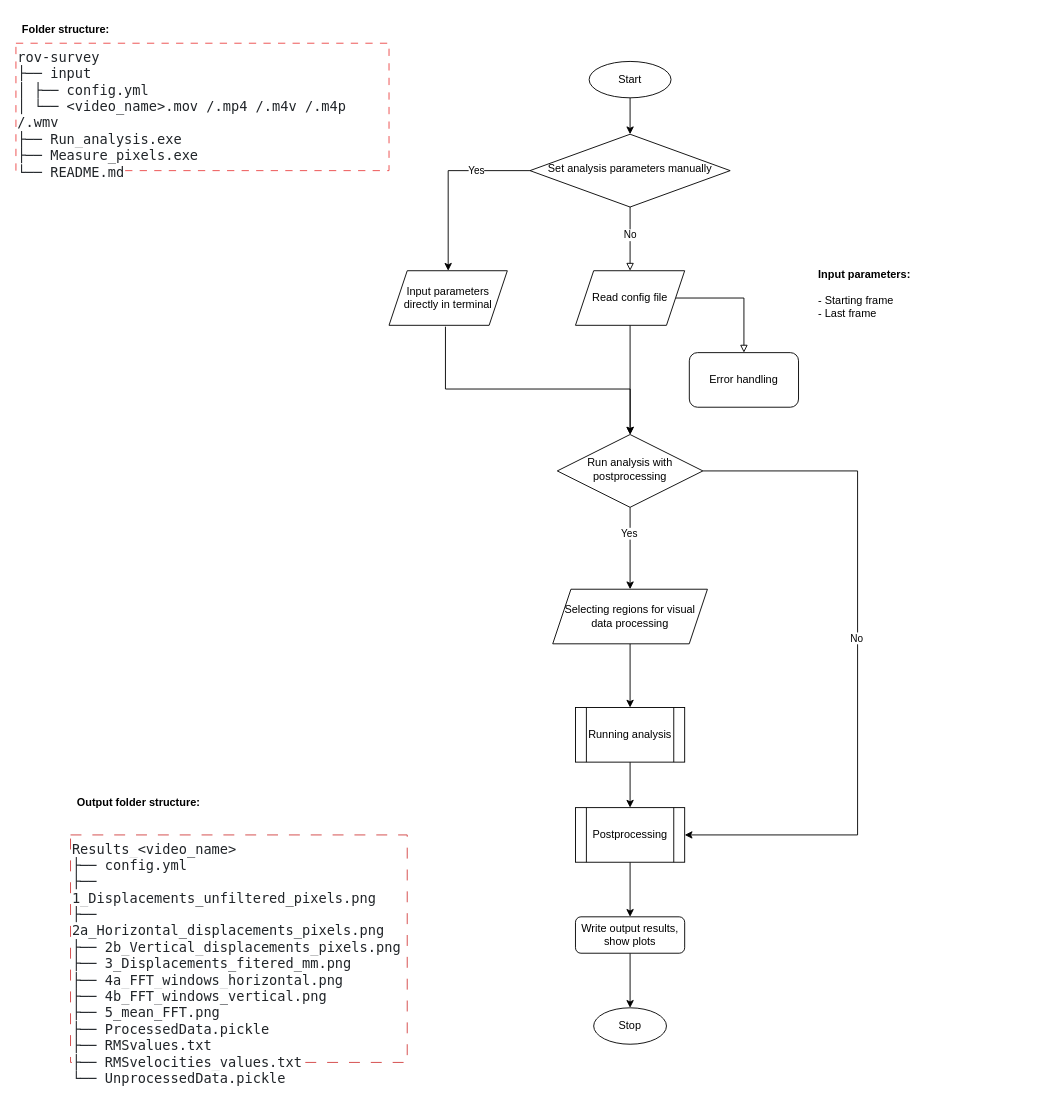
przesmak/flowchart keeps this draw.io diagram as ROV_tool.drawio. Above is the earlier version. Source tidied: cells renumbered, new cells numbered last; positions are measured from the earlier drawing's top-left corner, leaving out a move shared by most shapes. Both pictures are drawn from the tidied source at 91%, with x=0, y=0 at pixel (15, 15).
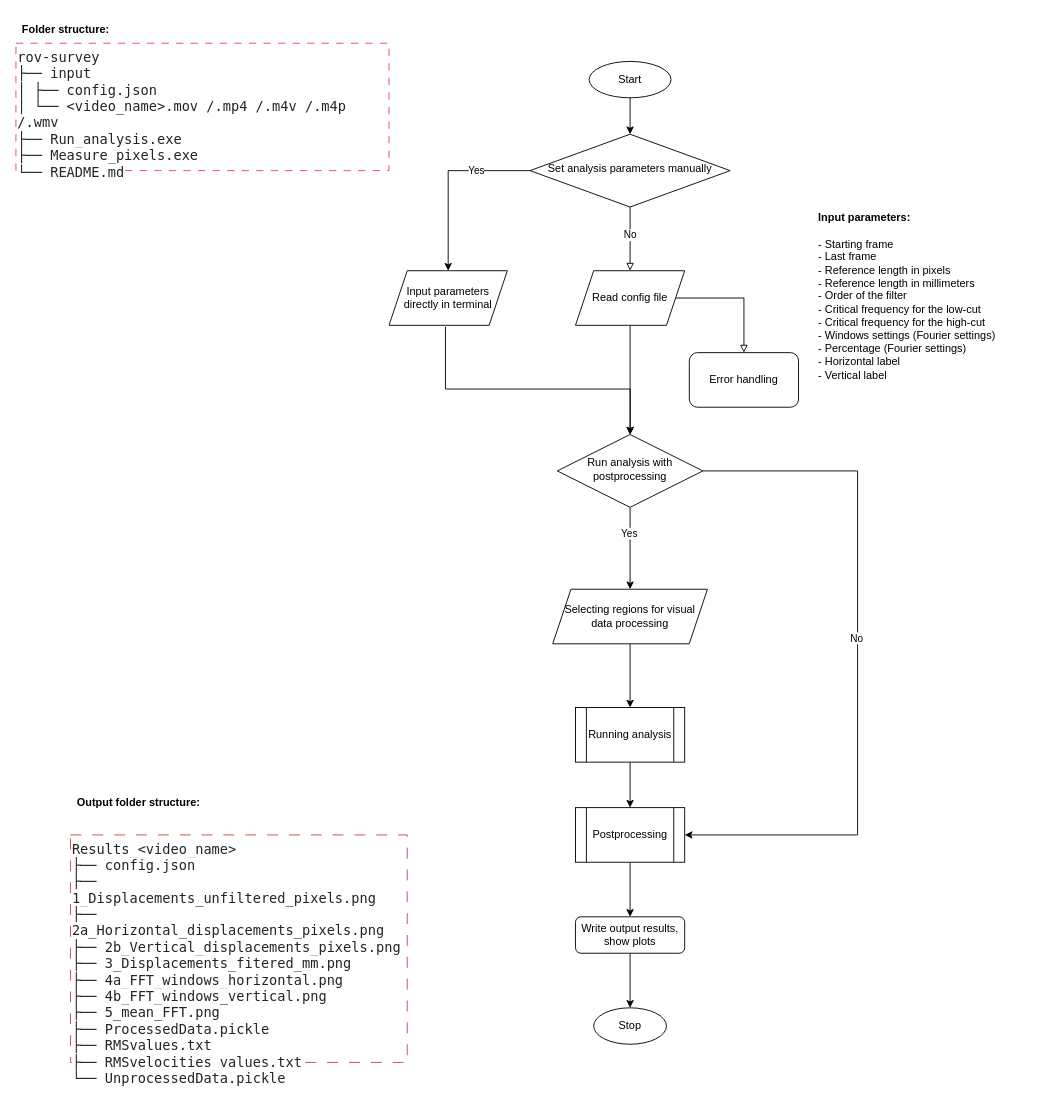
After the change.

Commit message:
input params

Change to the diagram source:
```diff
@@
-    <mxCell id="29" value="&lt;span style=&quot;color: rgb(33, 37, 41); font-family: &amp;quot;Fira code&amp;quot;, &amp;quot;Fira Mono&amp;quot;, source-code-pro, Menlo, Monaco, Consolas, &amp;quot;Courier New&amp;quot;, monospace; font-size: 15px; font-style: normal; font-variant-ligatures: normal; font-variant-caps: normal; font-weight: 400; letter-spacing: normal; orphans: 2; text-align: left; text-indent: 0px; text-transform: none; widows: 2; word-spacing: 0px; -webkit-text-stroke-width: 0px; background-color: rgb(255, 255, 255); text-decoration-thickness: initial; text-decoration-style: initial; text-decoration-color: initial; float: none; display: inline !important;&quot;&gt;rov-survey&lt;br&gt;├── input &lt;br&gt;│   ├── config.yml&lt;br&gt;│   └── &amp;lt;video_name&amp;gt;.mov /.mp4 /.m4v /.m4p /.wmv&lt;br&gt;├── Run_analysis.exe&lt;br&gt;├── Measure_pixels.exe&lt;br&gt;└── README.md&lt;/span&gt;" style="text;whiteSpace=wrap;html=1;fillColor=none;strokeColor=#ec4646;dashed=1;dashPattern=8 8;" parent="1" vertex="1">
+    <mxCell id="29" value="&lt;span style=&quot;color: rgb(33, 37, 41); font-family: &amp;quot;Fira code&amp;quot;, &amp;quot;Fira Mono&amp;quot;, source-code-pro, Menlo, Monaco, Consolas, &amp;quot;Courier New&amp;quot;, monospace; font-size: 15px; font-style: normal; font-variant-ligatures: normal; font-variant-caps: normal; font-weight: 400; letter-spacing: normal; orphans: 2; text-align: left; text-indent: 0px; text-transform: none; widows: 2; word-spacing: 0px; -webkit-text-stroke-width: 0px; background-color: rgb(255, 255, 255); text-decoration-thickness: initial; text-decoration-style: initial; text-decoration-color: initial; float: none; display: inline !important;&quot;&gt;rov-survey&lt;br&gt;├── input &lt;br&gt;│   ├── config.json&lt;br&gt;│   └── &amp;lt;video_name&amp;gt;.mov /.mp4 /.m4v /.m4p /.wmv&lt;br&gt;├── Run_analysis.exe&lt;br&gt;├── Measure_pixels.exe&lt;br&gt;└── README.md&lt;/span&gt;" style="text;whiteSpace=wrap;html=1;fillColor=none;strokeColor=#ec4646;dashed=1;dashPattern=8 8;" parent="1" vertex="1">
       <mxGeometry y="30" width="410" height="140" as="geometry" />
     </mxCell>
-    <mxCell id="30" value="&lt;div style=&quot;&quot;&gt;&lt;span style=&quot;background-color: initial;&quot;&gt;&lt;b&gt;Input parameters:&amp;nbsp;&lt;/b&gt;&lt;/span&gt;&lt;/div&gt;&lt;div style=&quot;&quot;&gt;&lt;span style=&quot;background-color: initial;&quot;&gt;&lt;br&gt;&lt;/span&gt;&lt;/div&gt;&lt;div style=&quot;&quot;&gt;&lt;span style=&quot;background-color: initial;&quot;&gt;- Starting frame&lt;/span&gt;&lt;/div&gt;&lt;div style=&quot;&quot;&gt;&lt;span style=&quot;background-color: initial;&quot;&gt;- Last frame&amp;nbsp;&lt;/span&gt;&lt;/div&gt;" style="text;html=1;strokeColor=none;fillColor=none;align=left;verticalAlign=middle;whiteSpace=wrap;rounded=0;" parent="1" vertex="1">
-      <mxGeometry x="880" y="200" width="235.1" height="210" as="geometry" />
+    <mxCell id="30" value="&lt;div style=&quot;&quot;&gt;&lt;span style=&quot;background-color: initial;&quot;&gt;&lt;b&gt;Input parameters:&amp;nbsp;&lt;/b&gt;&lt;/span&gt;&lt;/div&gt;&lt;div style=&quot;&quot;&gt;&lt;span style=&quot;background-color: initial;&quot;&gt;&lt;br&gt;&lt;/span&gt;&lt;/div&gt;&lt;div style=&quot;&quot;&gt;&lt;span style=&quot;background-color: initial;&quot;&gt;- Starting frame&lt;/span&gt;&lt;/div&gt;&lt;div style=&quot;&quot;&gt;&lt;span style=&quot;background-color: initial;&quot;&gt;- Last frame&lt;/span&gt;&lt;/div&gt;&lt;div style=&quot;&quot;&gt;&lt;span style=&quot;background-color: initial;&quot;&gt;- Reference length in pixels&lt;/span&gt;&lt;/div&gt;&lt;div style=&quot;&quot;&gt;&lt;span style=&quot;background-color: initial;&quot;&gt;- Reference length in millimeters&amp;nbsp;&lt;/span&gt;&lt;/div&gt;&lt;div style=&quot;&quot;&gt;- Order of the filter&lt;/div&gt;&lt;div style=&quot;&quot;&gt;- Critical frequency for the low-cut&lt;/div&gt;&lt;div style=&quot;&quot;&gt;- Critical frequency for the high-cut&lt;/div&gt;&lt;div style=&quot;&quot;&gt;&lt;div style=&quot;border-color: var(--border-color);&quot;&gt;- Windows settings (Fourier settings)&lt;/div&gt;&lt;div style=&quot;border-color: var(--border-color);&quot;&gt;- Percentage (Fourier settings)&lt;/div&gt;&lt;div style=&quot;border-color: var(--border-color);&quot;&gt;- Horizontal label&lt;/div&gt;&lt;div style=&quot;border-color: var(--border-color);&quot;&gt;- Vertical label&lt;/div&gt;&lt;/div&gt;" style="text;html=1;strokeColor=none;fillColor=none;align=left;verticalAlign=middle;whiteSpace=wrap;rounded=0;" parent="1" vertex="1">
+      <mxGeometry x="880" y="203" width="235.1" height="210" as="geometry" />
     </mxCell>
-    <mxCell id="31" value="&lt;span style=&quot;color: rgb(33, 37, 41); font-family: &amp;quot;Fira code&amp;quot;, &amp;quot;Fira Mono&amp;quot;, source-code-pro, Menlo, Monaco, Consolas, &amp;quot;Courier New&amp;quot;, monospace; font-size: 15px; font-style: normal; font-variant-ligatures: normal; font-variant-caps: normal; font-weight: 400; letter-spacing: normal; orphans: 2; text-align: left; text-indent: 0px; text-transform: none; widows: 2; word-spacing: 0px; -webkit-text-stroke-width: 0px; background-color: rgb(255, 255, 255); text-decoration-thickness: initial; text-decoration-style: initial; text-decoration-color: initial; float: none; display: inline !important;&quot;&gt;Results_&amp;lt;video_name&amp;gt;&lt;br&gt;├── config.yml&lt;br&gt;├── 1_Displacements_unfiltered_pixels.png&lt;br&gt;├── 2a_Horizontal_displacements_pixels.png&lt;br&gt;├── 2b_Vertical_displacements_pixels.png&lt;br&gt;├── 3_Displacements_fitered_mm.png&lt;br&gt;├── 4a_FFT_windows_horizontal.png&lt;br&gt;├── 4b_FFT_windows_vertical.png&lt;br&gt;├── 5_mean_FFT.png&lt;br&gt;├── ProcessedData.pickle&lt;br&gt;├── RMSvalues.txt&lt;br&gt;├── RMSvelocities_values.txt&lt;br&gt;└── UnprocessedData.pickle&lt;/span&gt;" style="text;whiteSpace=wrap;html=1;strokeColor=#d24141;strokeWidth=1;dashed=1;dashPattern=12 12;" parent="1" vertex="1">
+    <mxCell id="31" value="&lt;span style=&quot;color: rgb(33, 37, 41); font-family: &amp;quot;Fira code&amp;quot;, &amp;quot;Fira Mono&amp;quot;, source-code-pro, Menlo, Monaco, Consolas, &amp;quot;Courier New&amp;quot;, monospace; font-size: 15px; font-style: normal; font-variant-ligatures: normal; font-variant-caps: normal; font-weight: 400; letter-spacing: normal; orphans: 2; text-align: left; text-indent: 0px; text-transform: none; widows: 2; word-spacing: 0px; -webkit-text-stroke-width: 0px; background-color: rgb(255, 255, 255); text-decoration-thickness: initial; text-decoration-style: initial; text-decoration-color: initial; float: none; display: inline !important;&quot;&gt;Results_&amp;lt;video_name&amp;gt;&lt;br&gt;├── config.json&lt;br&gt;├── 1_Displacements_unfiltered_pixels.png&lt;br&gt;├── 2a_Horizontal_displacements_pixels.png&lt;br&gt;├── 2b_Vertical_displacements_pixels.png&lt;br&gt;├── 3_Displacements_fitered_mm.png&lt;br&gt;├── 4a_FFT_windows_horizontal.png&lt;br&gt;├── 4b_FFT_windows_vertical.png&lt;br&gt;├── 5_mean_FFT.png&lt;br&gt;├── ProcessedData.pickle&lt;br&gt;├── RMSvalues.txt&lt;br&gt;├── RMSvelocities_values.txt&lt;br&gt;└── UnprocessedData.pickle&lt;/span&gt;" style="text;whiteSpace=wrap;html=1;strokeColor=#d24141;strokeWidth=1;dashed=1;dashPattern=12 12;" parent="1" vertex="1">
       <mxGeometry x="60" y="900" width="370" height="250" as="geometry" />
     </mxCell>
```
